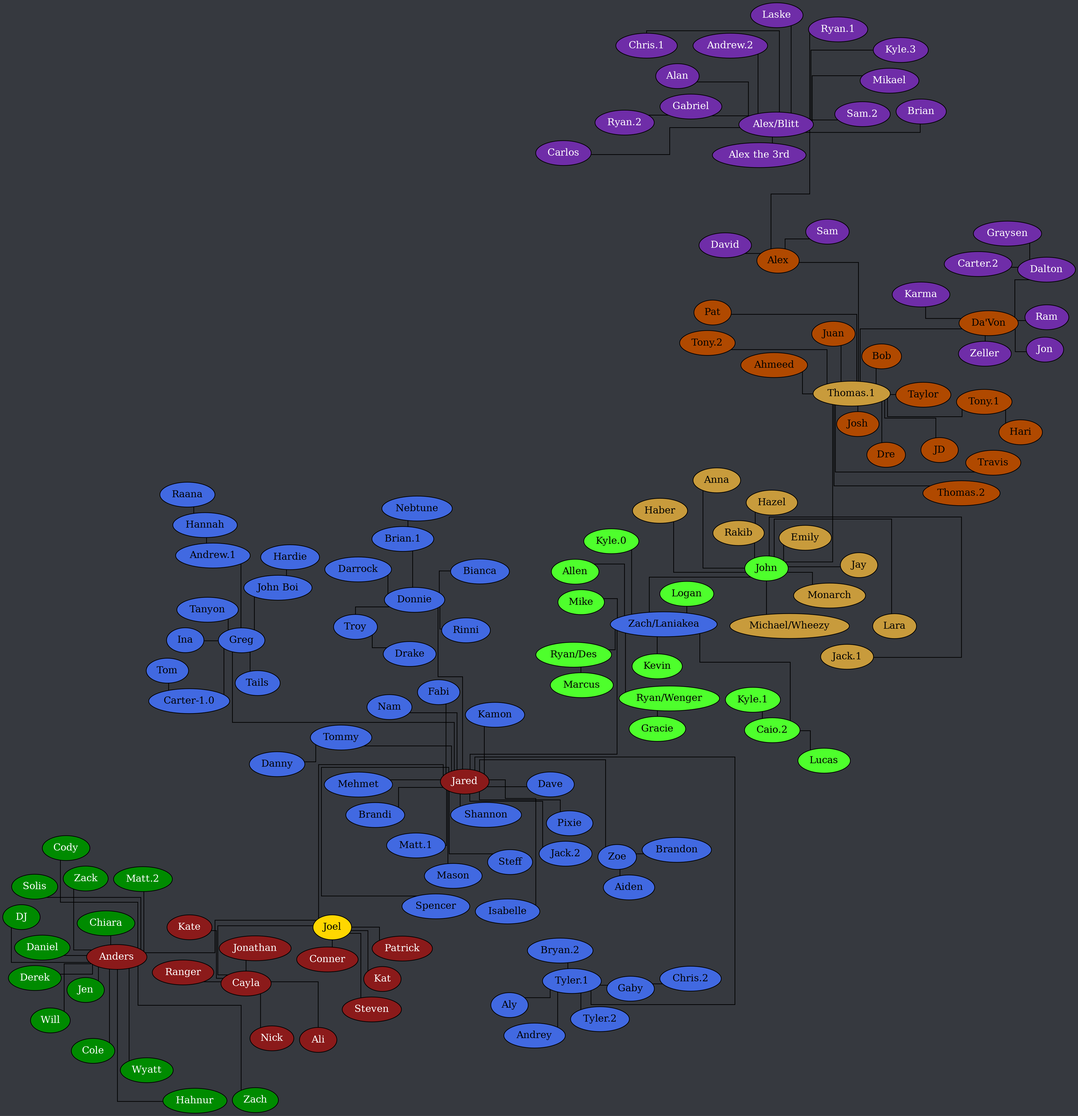
The Graphviz diagram tree.png in Documidas/CoronaCatzFamilyTree, before a commit. Its source is kept beside it as tree.dot.
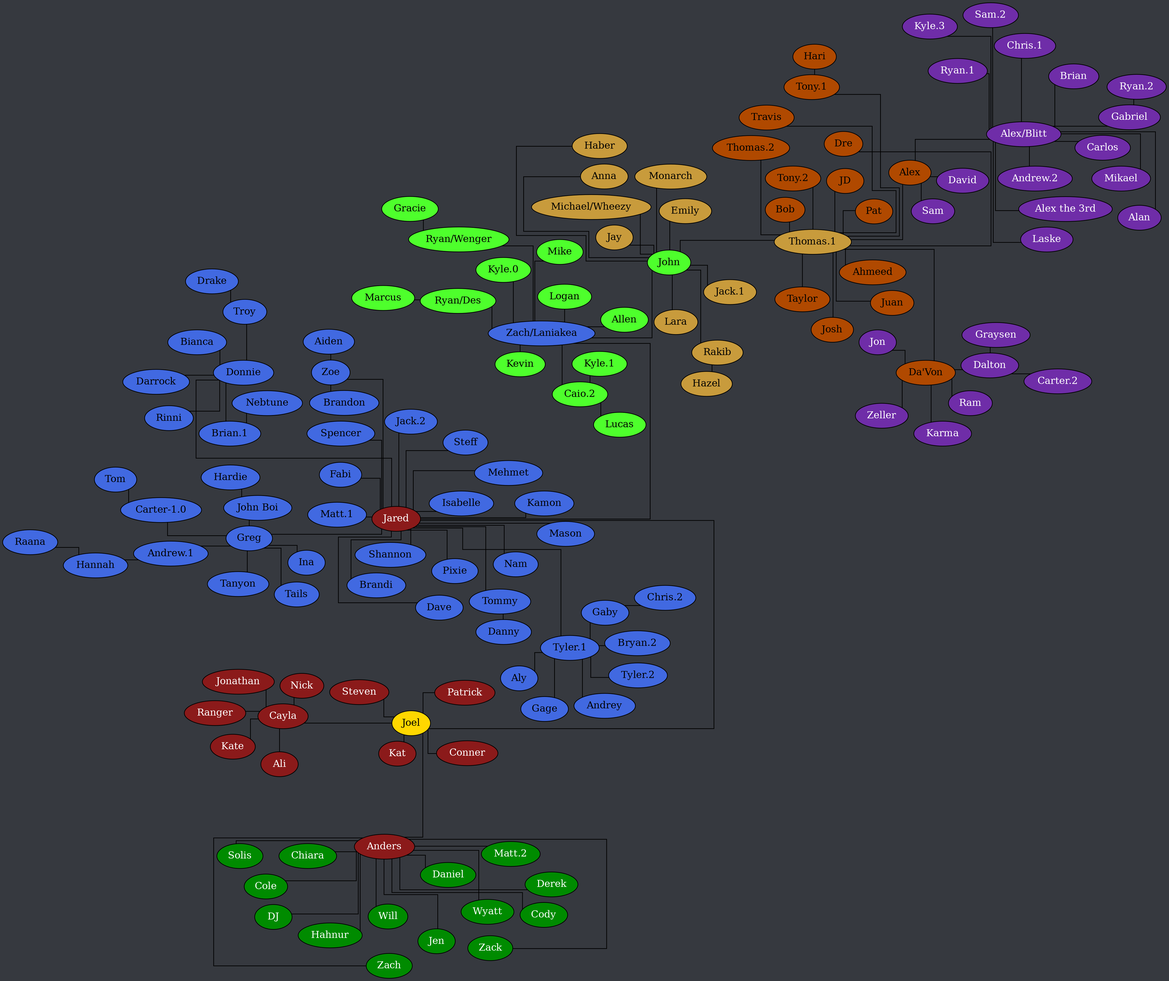
After the change.

The edit, as a diff of the source:
```diff
@@ -94,6 +94,7 @@
 		"Tyler.1" -- Andrey;
 		"Tyler.1" -- "Bryan.2";
 		"Tyler.1" -- Gaby;
+		"Tyler.1" -- Gage;
 		"Tyler.1" -- "Tyler.2";
 		Zoe -- Aiden;
 		Zoe -- Brandon;
```
